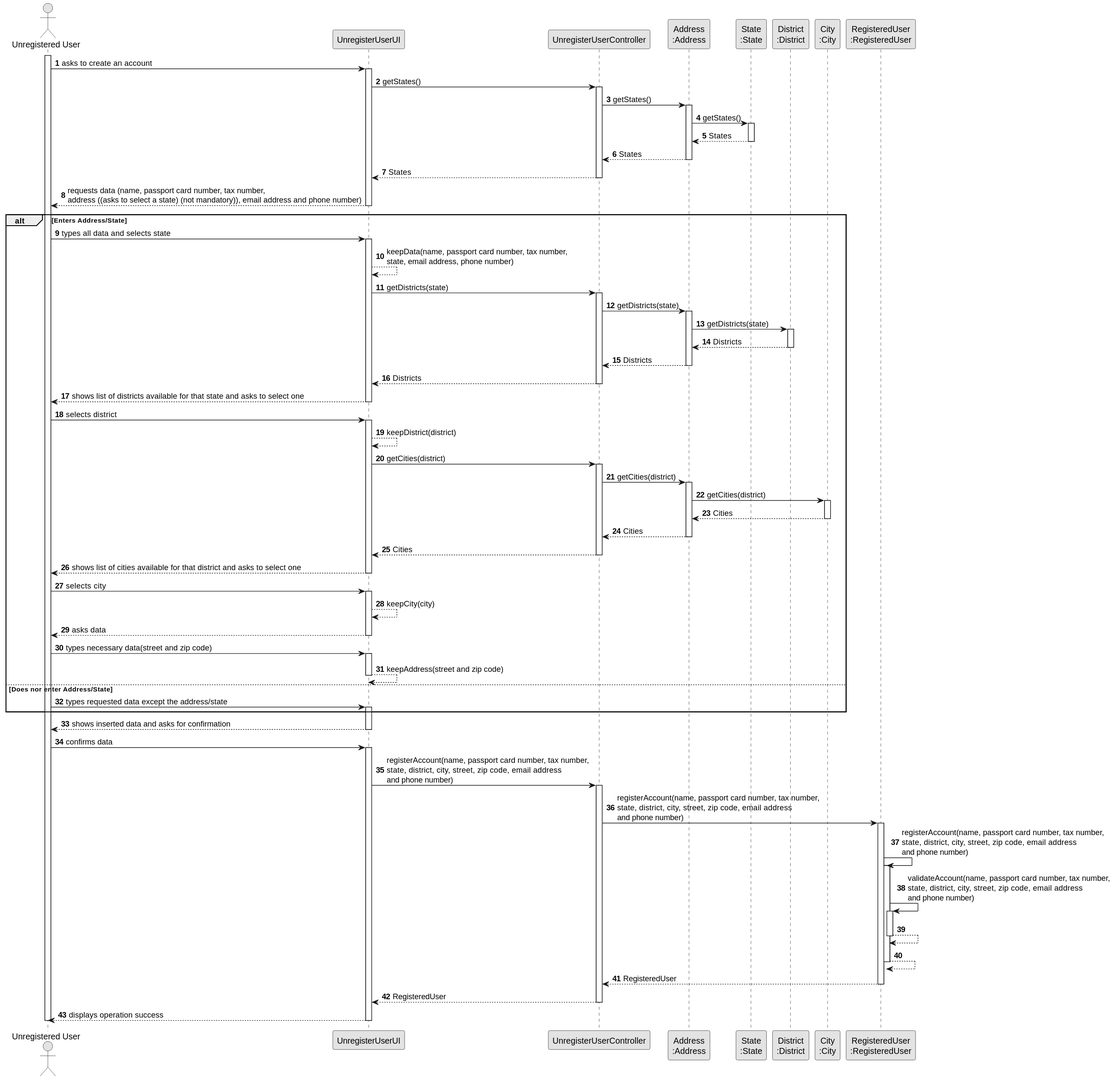
This is docs/sprintB/US07/03.design/svg/us07-sequence-diagram-full.svg from PureNimble/ISEP-LAPR2, a PlantUML export, as it was before one commit. Source of this version:
```plantuml
@startuml
skinparam monochrome true
skinparam packageStyle rectangle
skinparam shadowing false

autonumber

actor "Unregistered User" as UnregisteredUser
participant "UnregisterUserUI" as UnregisterUserUI
participant "UnregisterUserController" as UnregisterUserController
participant "Address\n:Address" as Address
participant "State\n:State" as State
participant "District\n:District" as District
participant "City\n:City" as City
participant "RegisteredUser\n:RegisteredUser" as RegisteredUser

activate UnregisteredUser

    UnregisteredUser -> UnregisterUserUI : asks to create an account
    activate UnregisterUserUI
        UnregisterUserUI -> UnregisterUserController : getStates()

            activate UnregisterUserController
                UnregisterUserController -> Address : getStates()
                    activate Address
                        Address -> State : getStates()
                            activate State
                                State --> Address : States
                            deactivate State
                        Address --> UnregisterUserController : States
                    deactivate Address
                UnregisterUserController --> UnregisterUserUI : States
            deactivate UnregisterUserController
        UnregisterUserUI --> UnregisteredUser : requests data (name, passport card number, tax number,\naddress ((asks to select a state) (not mandatory)), email address and phone number)
        deactivate UnregisterUserUI

    alt Enters Address/State
    UnregisteredUser -> UnregisterUserUI : types all data and selects state
        activate UnregisterUserUI
        UnregisterUserUI --> UnregisterUserUI : keepData(name, passport card number, tax number, \nstate, email address, phone number)
            UnregisterUserUI -> UnregisterUserController : getDistricts(state)
                activate UnregisterUserController
                    UnregisterUserController -> Address : getDistricts(state)
                        activate Address
                            Address -> District : getDistricts(state)
                                activate District
                                    District --> Address : Districts
                                deactivate District
                            Address --> UnregisterUserController : Districts
                        deactivate Address
                    UnregisterUserController --> UnregisterUserUI : Districts
                deactivate UnregisterUserController
            UnregisterUserUI --> UnregisteredUser : shows list of districts available for that state and asks to select one
        deactivate UnregisterUserUI

    UnregisteredUser -> UnregisterUserUI : selects district
        activate UnregisterUserUI
        UnregisterUserUI --> UnregisterUserUI : keepDistrict(district)
            UnregisterUserUI -> UnregisterUserController : getCities(district)
                activate UnregisterUserController
                    UnregisterUserController -> Address : getCities(district)
                        activate Address
                            Address -> City : getCities(district)
                                activate City
                                    City --> Address : Cities
                                deactivate City
                            Address --> UnregisterUserController : Cities
                        deactivate Address
                    UnregisterUserController --> UnregisterUserUI : Cities
                deactivate UnregisterUserController
            UnregisterUserUI --> UnregisteredUser : shows list of cities available for that district and asks to select one
        deactivate UnregisterUserUI
    UnregisteredUser -> UnregisterUserUI : selects city
        activate UnregisterUserUI
        UnregisterUserUI --> UnregisterUserUI : keepCity(city)
        UnregisterUserUI --> UnregisteredUser : asks data
    deactivate UnregisterUserUI
    UnregisteredUser -> UnregisterUserUI : types necessary data(street and zip code)
        activate UnregisterUserUI
        UnregisterUserUI --> UnregisterUserUI : keepAddress(street and zip code)
        deactivate UnregisterUserUI

    else Does nor enter Address/State
    UnregisteredUser -> UnregisterUserUI : types requested data except the address/state
        activate UnregisterUserUI
    end
        UnregisterUserUI --> UnregisteredUser : shows inserted data and asks for confirmation
    deactivate UnregisterUserUI

    UnregisteredUser -> UnregisterUserUI : confirms data
    activate UnregisterUserUI

        UnregisterUserUI -> UnregisterUserController : registerAccount(name, passport card number, tax number,\nstate, district, city, street, zip code, email address\nand phone number)
        activate UnregisterUserController

        UnregisterUserController -> RegisteredUser : registerAccount(name, passport card number, tax number,\nstate, district, city, street, zip code, email address\nand phone number)
        activate RegisteredUser
                RegisteredUser -> RegisteredUser : registerAccount(name, passport card number, tax number,\nstate, district, city, street, zip code, email address\nand phone number)
                activate RegisteredUser
                            activate RegisteredUser
                                RegisteredUser -> RegisteredUser : validateAccount(name, passport card number, tax number,\nstate, district, city, street, zip code, email address\nand phone number)
                                    activate RegisteredUser
                                        RegisteredUser --> RegisteredUser
                                    deactivate RegisteredUser
                                RegisteredUser --> RegisteredUser
                            deactivate RegisteredUser
                deactivate RegisteredUser
                RegisteredUser --> UnregisterUserController : RegisteredUser
            deactivate RegisteredUser
            UnregisterUserController --> UnregisterUserUI : RegisteredUser
            deactivate UnregisterUserController
        UnregisterUserUI --> UnregisteredUser : displays operation success
        deactivate UnregisterUserUI
deactivate UnregisteredUser

@enduml
```
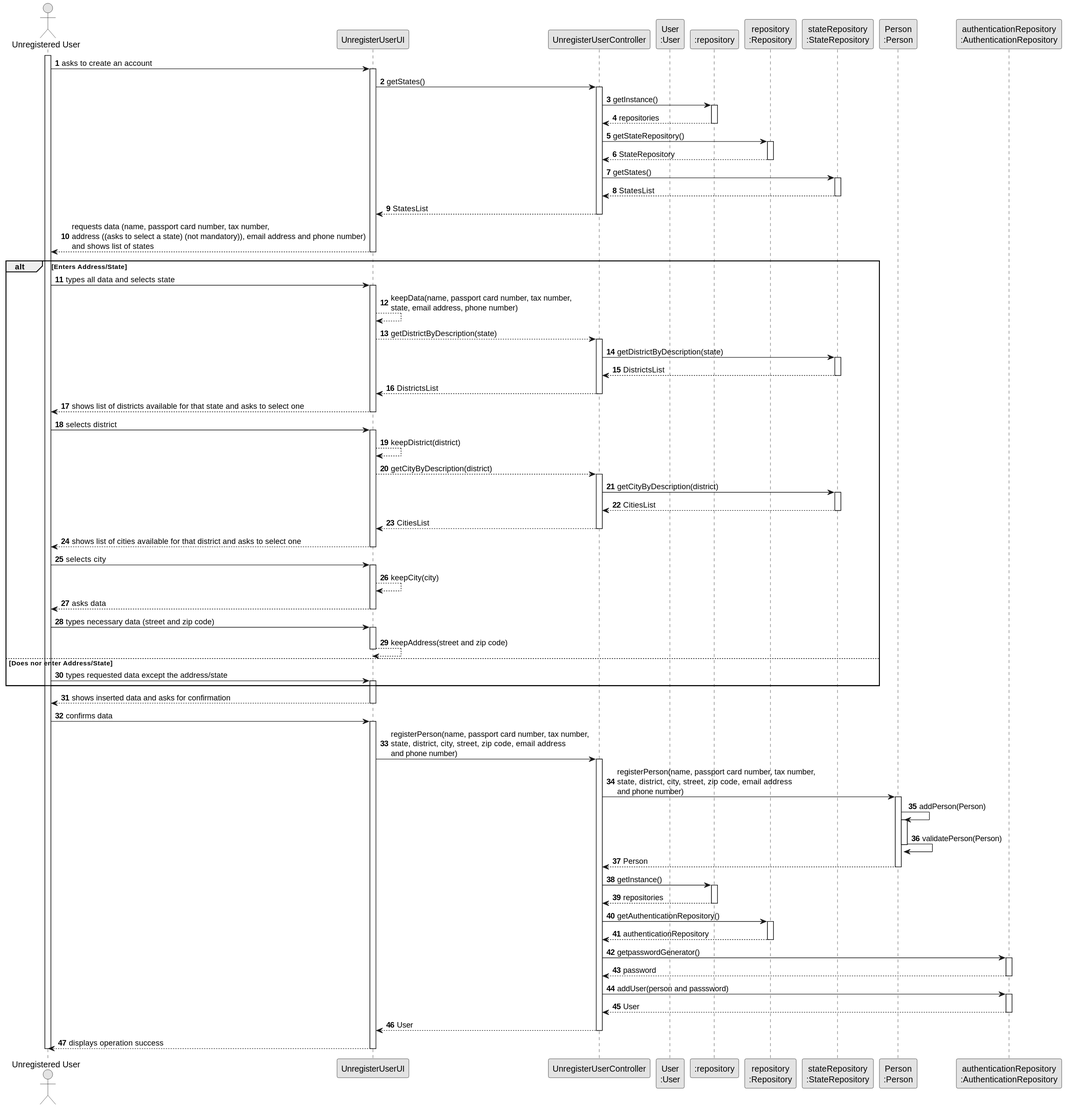
The same file after the commit.

The edit, as a diff of the source:
```diff
@@ -8,65 +8,67 @@
 actor "Unregistered User" as UnregisteredUser
 participant "UnregisterUserUI" as UnregisterUserUI
 participant "UnregisterUserController" as UnregisterUserController
-participant "Address\n:Address" as Address
-participant "State\n:State" as State
-participant "District\n:District" as District
-participant "City\n:City" as City
-participant "RegisteredUser\n:RegisteredUser" as RegisteredUser
+participant "User\n:User" as User
+participant ":repository" as RepositorySingleton
+participant "repository\n:Repository" as repository
+participant "stateRepository\n:StateRepository" as StateRepository
+participant "Person\n:Person" as Person
+participant "authenticationRepository\n:AuthenticationRepository" as AuthenticationRepository
 
 activate UnregisteredUser
 
     UnregisteredUser -> UnregisterUserUI : asks to create an account
     activate UnregisterUserUI
         UnregisterUserUI -> UnregisterUserController : getStates()
+            activate UnregisterUserController
+            UnregisterUserController -> RepositorySingleton : getInstance()
+            activate RepositorySingleton
 
-            activate UnregisterUserController
-                UnregisterUserController -> Address : getStates()
-                    activate Address
-                        Address -> State : getStates()
-                            activate State
-                                State --> Address : States
-                            deactivate State
-                        Address --> UnregisterUserController : States
-                    deactivate Address
-                UnregisterUserController --> UnregisterUserUI : States
+                RepositorySingleton --> UnregisterUserController : repositories
+
+            deactivate RepositorySingleton
+
+            UnregisterUserController -> repository : getStateRepository()
+
+            activate repository
+
+                repository --> UnregisterUserController : StateRepository
+
+            deactivate repository
+                UnregisterUserController -> StateRepository : getStates()
+                    activate StateRepository
+                        StateRepository --> UnregisterUserController : StatesList
+                    deactivate StateRepository
+                UnregisterUserController --> UnregisterUserUI : StatesList
             deactivate UnregisterUserController
-        UnregisterUserUI --> UnregisteredUser : requests data (name, passport card number, tax number,\naddress ((asks to select a state) (not mandatory)), email address and phone number)
+        UnregisterUserUI --> UnregisteredUser : requests data (name, passport card number, tax number,\naddress ((asks to select a state) (not mandatory)), email address and phone number)\nand shows list of states
         deactivate UnregisterUserUI
 
     alt Enters Address/State
     UnregisteredUser -> UnregisterUserUI : types all data and selects state
         activate UnregisterUserUI
         UnregisterUserUI --> UnregisterUserUI : keepData(name, passport card number, tax number, \nstate, email address, phone number)
-            UnregisterUserUI -> UnregisterUserController : getDistricts(state)
-                activate UnregisterUserController
-                    UnregisterUserController -> Address : getDistricts(state)
-                        activate Address
-                            Address -> District : getDistricts(state)
-                                activate District
-                                    District --> Address : Districts
-                                deactivate District
-                            Address --> UnregisterUserController : Districts
-                        deactivate Address
-                    UnregisterUserController --> UnregisterUserUI : Districts
+        UnregisterUserUI --> UnregisterUserController : getDistrictByDescription(state)
+            activate UnregisterUserController
+                            UnregisterUserController -> StateRepository : getDistrictByDescription(state)
+                        activate StateRepository
+                        StateRepository --> UnregisterUserController : DistrictsList
+                        deactivate StateRepository
+                    UnregisterUserController --> UnregisterUserUI : DistrictsList
                 deactivate UnregisterUserController
             UnregisterUserUI --> UnregisteredUser : shows list of districts available for that state and asks to select one
         deactivate UnregisterUserUI
 
     UnregisteredUser -> UnregisterUserUI : selects district
         activate UnregisterUserUI
-        UnregisterUserUI --> UnregisterUserUI : keepDistrict(district)
-            UnregisterUserUI -> UnregisterUserController : getCities(district)
-                activate UnregisterUserController
-                    UnregisterUserController -> Address : getCities(district)
-                        activate Address
-                            Address -> City : getCities(district)
-                                activate City
-                                    City --> Address : Cities
-                                deactivate City
-                            Address --> UnregisterUserController : Cities
-                        deactivate Address
-                    UnregisterUserController --> UnregisterUserUI : Cities
+            UnregisterUserUI --> UnregisterUserUI : keepDistrict(district)
+            UnregisterUserUI --> UnregisterUserController : getCityByDescription(district)
+            activate UnregisterUserController
+                            UnregisterUserController -> StateRepository : getCityByDescription(district)
+                        activate StateRepository
+                        StateRepository --> UnregisterUserController : CitiesList
+                        deactivate StateRepository
+                    UnregisterUserController --> UnregisterUserUI : CitiesList
                 deactivate UnregisterUserController
             UnregisterUserUI --> UnregisteredUser : shows list of cities available for that district and asks to select one
         deactivate UnregisterUserUI
@@ -75,7 +77,7 @@
         UnregisterUserUI --> UnregisterUserUI : keepCity(city)
         UnregisterUserUI --> UnregisteredUser : asks data
     deactivate UnregisterUserUI
-    UnregisteredUser -> UnregisterUserUI : types necessary data(street and zip code)
+    UnregisteredUser -> UnregisterUserUI : types necessary data (street and zip code)
         activate UnregisterUserUI
         UnregisterUserUI --> UnregisterUserUI : keepAddress(street and zip code)
         deactivate UnregisterUserUI
@@ -90,25 +92,47 @@
     UnregisteredUser -> UnregisterUserUI : confirms data
     activate UnregisterUserUI
 
-        UnregisterUserUI -> UnregisterUserController : registerAccount(name, passport card number, tax number,\nstate, district, city, street, zip code, email address\nand phone number)
+        UnregisterUserUI -> UnregisterUserController : registerPerson(name, passport card number, tax number,\nstate, district, city, street, zip code, email address\nand phone number)
         activate UnregisterUserController
 
-        UnregisterUserController -> RegisteredUser : registerAccount(name, passport card number, tax number,\nstate, district, city, street, zip code, email address\nand phone number)
-        activate RegisteredUser
-                RegisteredUser -> RegisteredUser : registerAccount(name, passport card number, tax number,\nstate, district, city, street, zip code, email address\nand phone number)
-                activate RegisteredUser
-                            activate RegisteredUser
-                                RegisteredUser -> RegisteredUser : validateAccount(name, passport card number, tax number,\nstate, district, city, street, zip code, email address\nand phone number)
-                                    activate RegisteredUser
-                                        RegisteredUser --> RegisteredUser
-                                    deactivate RegisteredUser
-                                RegisteredUser --> RegisteredUser
-                            deactivate RegisteredUser
-                deactivate RegisteredUser
-                RegisteredUser --> UnregisterUserController : RegisteredUser
-            deactivate RegisteredUser
-            UnregisterUserController --> UnregisterUserUI : RegisteredUser
-            deactivate UnregisterUserController
+        UnregisterUserController -> Person : registerPerson(name, passport card number, tax number,\nstate, district, city, street, zip code, email address\nand phone number)
+        activate Person
+                Person -> Person : addPerson(Person)
+                activate Person
+                            activate Person
+                                Person -> Person : validatePerson(Person)
+                            deactivate Person
+                deactivate Person
+                Person --> UnregisterUserController : Person
+            deactivate Person
+        UnregisterUserController -> RepositorySingleton: getInstance()
+            activate RepositorySingleton
+
+        RepositorySingleton --> UnregisterUserController : repositories
+        deactivate RepositorySingleton
+
+            UnregisterUserController -> repository: getAuthenticationRepository()
+            activate repository
+
+            repository--> UnregisterUserController:authenticationRepository
+            deactivate repository
+
+        UnregisterUserController -> AuthenticationRepository: getpasswordGenerator()
+        activate AuthenticationRepository
+
+
+    AuthenticationRepository --> UnregisterUserController: password
+    deactivate AuthenticationRepository
+
+
+    UnregisterUserController -> AuthenticationRepository: addUser(person and passsword)
+    activate AuthenticationRepository
+
+    AuthenticationRepository --> UnregisterUserController: User
+    deactivate AuthenticationRepository
+
+    UnregisterUserController --> UnregisterUserUI: User
+      deactivate UnregisterUserController
         UnregisterUserUI --> UnregisteredUser : displays operation success
         deactivate UnregisterUserUI
 deactivate UnregisteredUser
```
